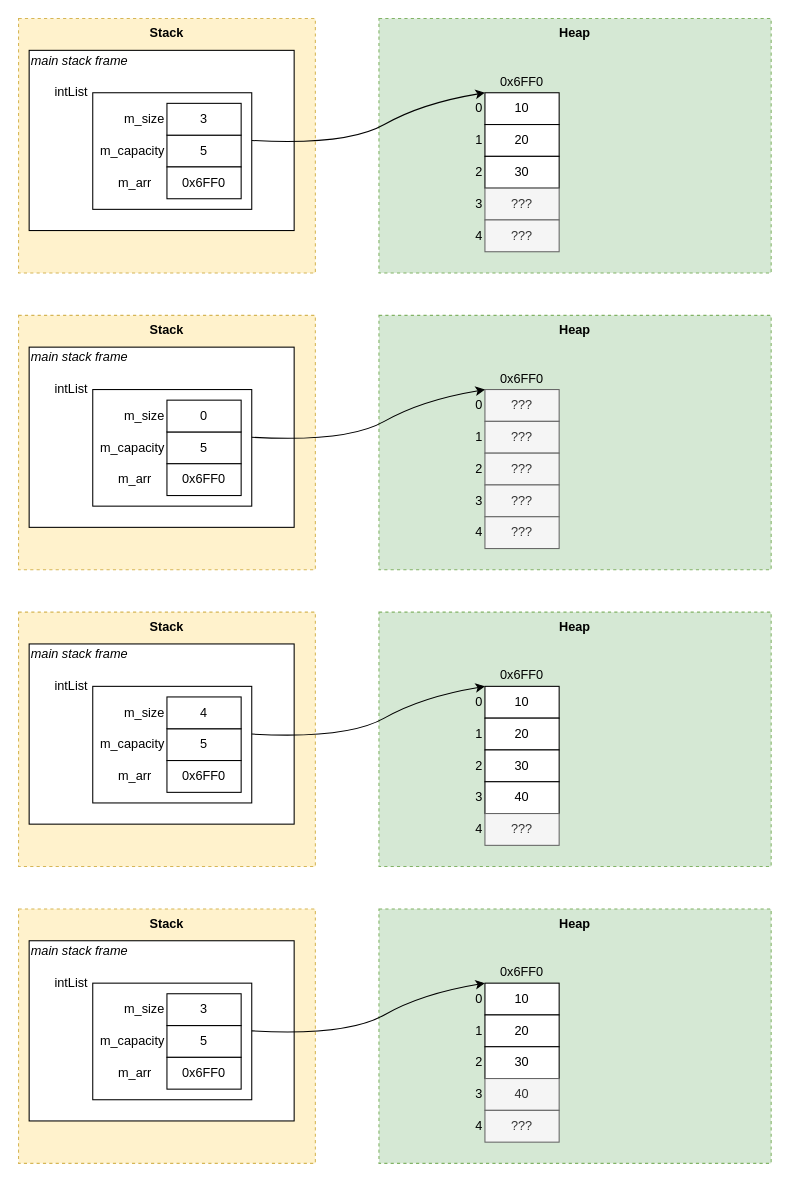
The draw.io diagram page "array-list" (1 of 4) of external/images/array-list.drawio in ascholerChemeketa/welcomeprogramming, before the edit. Source tidied: cells renumbered, new cells numbered last; positions are measured from the earlier drawing's top-left corner, leaving out a move shared by most shapes. Both pictures are drawn from the tidied source at 106%, with x=0, y=0 at pixel (18, 18).
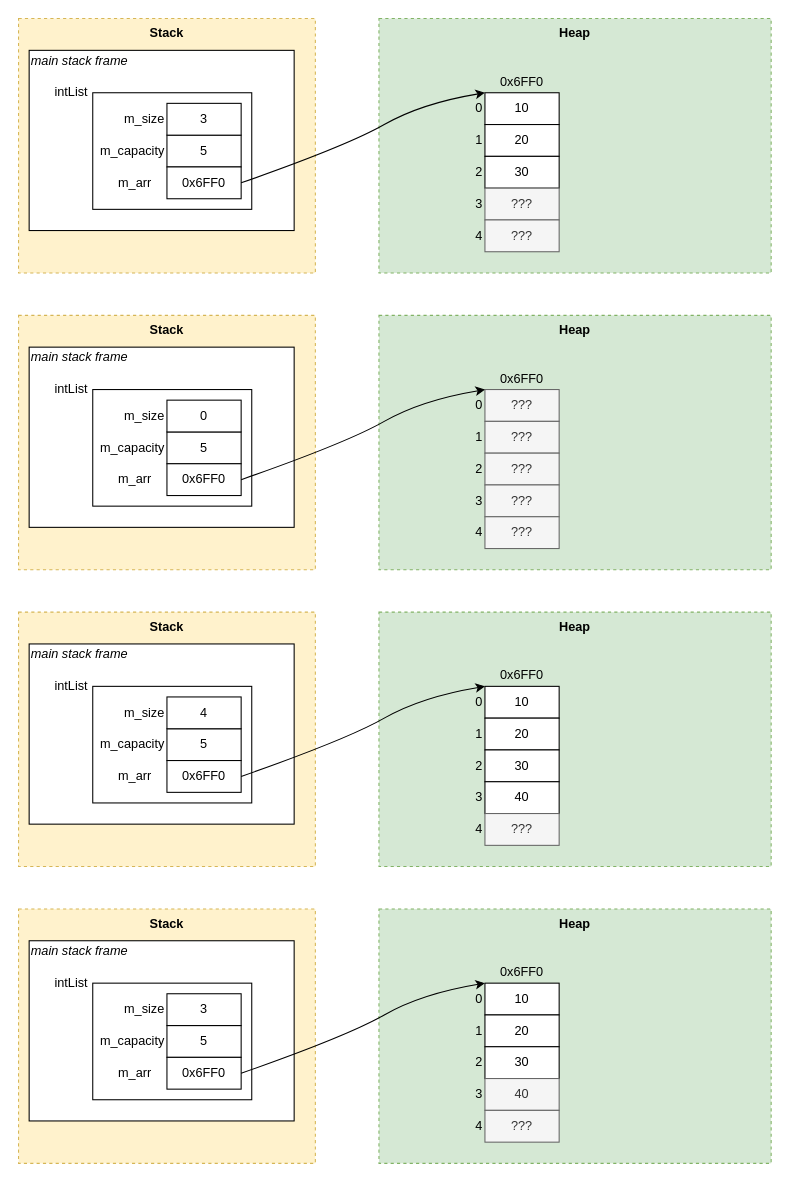
The same page after the edit.

The change refers to these unchanged cells:
```xml
<mxCell id="17" value="0x6FF0" style="rounded=0;whiteSpace=wrap;html=1;" parent="16" vertex="1">
  <mxGeometry x="40" width="70" height="30" as="geometry" />
</mxCell>
<mxCell id="45" value="0x6FF0" style="rounded=0;whiteSpace=wrap;html=1;" parent="44" vertex="1">
  <mxGeometry x="40" width="70" height="30" as="geometry" />
</mxCell>
<mxCell id="73" value="0x6FF0" style="rounded=0;whiteSpace=wrap;html=1;" parent="72" vertex="1">
  <mxGeometry x="40" width="70" height="30" as="geometry" />
</mxCell>
<mxCell id="101" value="0x6FF0" style="rounded=0;whiteSpace=wrap;html=1;" parent="100" vertex="1">
  <mxGeometry x="40" width="70" height="30" as="geometry" />
</mxCell>
```

Diff of the diagram source:
```diff
@@
-    <mxCell id="22" style="curved=1;endArrow=classic;html=1;rounded=0;exitX=1;exitY=0.5;exitDx=0;exitDy=0;entryX=0;entryY=0;entryDx=0;entryDy=0;" parent="1" edge="1">
+    <mxCell id="22" style="curved=1;endArrow=classic;html=1;rounded=0;exitX=1;exitY=0.5;exitDx=0;exitDy=0;entryX=0;entryY=0;entryDx=0;entryDy=0;" parent="1" edge="1" source="17">
       <mxGeometry relative="1" as="geometry">
-        <mxPoint x="220" y="115" as="sourcePoint" />
         <mxPoint x="440" y="70" as="targetPoint" />
         <Array as="points">
           <mxPoint x="310" y="120" />
           <mxPoint x="380" y="80" />
         </Array>
       </mxGeometry>
     </mxCell>
@@
-    <mxCell id="50" style="curved=1;endArrow=classic;html=1;rounded=0;exitX=1;exitY=0.5;exitDx=0;exitDy=0;entryX=0;entryY=0;entryDx=0;entryDy=0;" parent="1" edge="1">
+    <mxCell id="50" style="curved=1;endArrow=classic;html=1;rounded=0;exitX=1;exitY=0.5;exitDx=0;exitDy=0;entryX=0;entryY=0;entryDx=0;entryDy=0;" parent="1" edge="1" source="45">
       <mxGeometry relative="1" as="geometry">
-        <mxPoint x="220" y="395" as="sourcePoint" />
         <mxPoint x="440" y="350" as="targetPoint" />
         <Array as="points">
           <mxPoint x="310" y="400" />
           <mxPoint x="380" y="360" />
         </Array>
       </mxGeometry>
     </mxCell>
@@
-    <mxCell id="78" style="curved=1;endArrow=classic;html=1;rounded=0;exitX=1;exitY=0.5;exitDx=0;exitDy=0;entryX=0;entryY=0;entryDx=0;entryDy=0;" parent="1" edge="1">
+    <mxCell id="78" style="curved=1;endArrow=classic;html=1;rounded=0;exitX=1;exitY=0.5;exitDx=0;exitDy=0;entryX=0;entryY=0;entryDx=0;entryDy=0;" parent="1" edge="1" source="73">
       <mxGeometry relative="1" as="geometry">
-        <mxPoint x="220" y="675" as="sourcePoint" />
         <mxPoint x="440" y="630" as="targetPoint" />
         <Array as="points">
           <mxPoint x="310" y="680" />
           <mxPoint x="380" y="640" />
         </Array>
       </mxGeometry>
     </mxCell>
@@
-    <mxCell id="106" style="curved=1;endArrow=classic;html=1;rounded=0;exitX=1;exitY=0.5;exitDx=0;exitDy=0;entryX=0;entryY=0;entryDx=0;entryDy=0;" parent="1" edge="1">
+    <mxCell id="106" style="curved=1;endArrow=classic;html=1;rounded=0;exitX=1;exitY=0.5;exitDx=0;exitDy=0;entryX=0;entryY=0;entryDx=0;entryDy=0;" parent="1" edge="1" source="101">
       <mxGeometry relative="1" as="geometry">
-        <mxPoint x="220" y="955" as="sourcePoint" />
         <mxPoint x="440" y="910" as="targetPoint" />
         <Array as="points">
           <mxPoint x="310" y="960" />
           <mxPoint x="380" y="920" />
         </Array>
       </mxGeometry>
     </mxCell>
```
